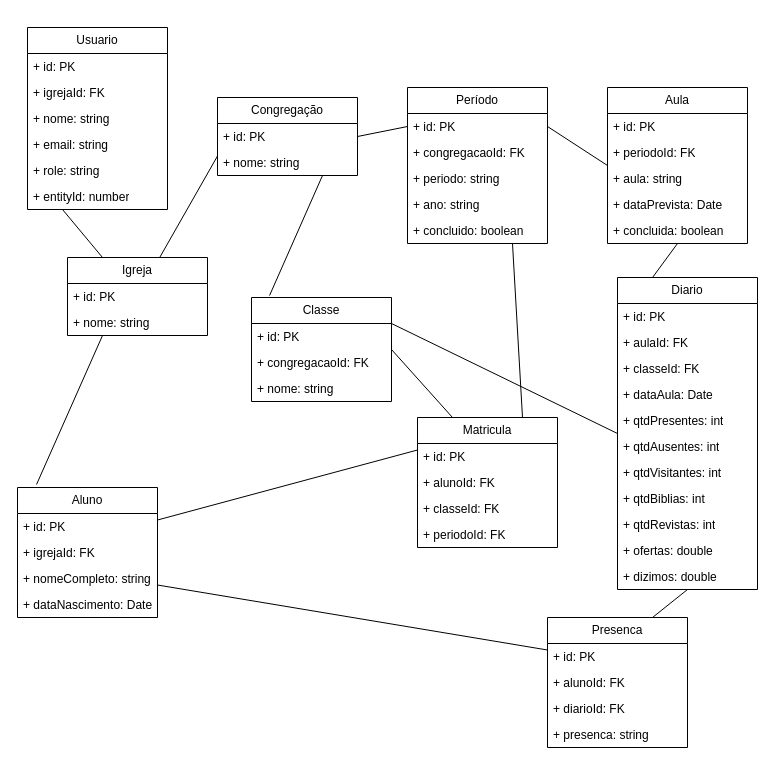
The draw.io diagram page "Modelo de dados" (3 of 3) of docs/EBD.drawio in gelira/ebd, before the edit. Source tidied: cells renumbered, new cells numbered last; positions are measured from the earlier drawing's top-left corner, leaving out a move shared by most shapes. Both pictures are drawn from the tidied source at 100%, with x=0, y=0 at pixel (17, 27).
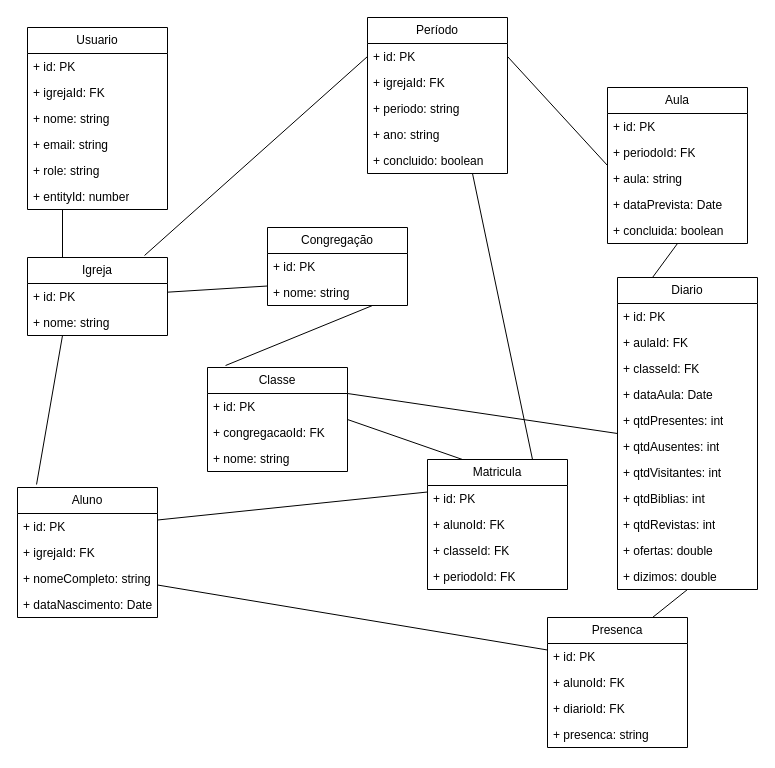
The same page after the edit.

Change to the diagram source:
```diff
@@
-    <mxCell id="7" style="rounded=0;jettySize=auto;html=1;exitX=1;exitY=0.5;exitDx=0;exitDy=0;entryX=0;entryY=0.25;entryDx=0;entryDy=0;endArrow=none;startFill=0;strokeColor=default;" parent="1" edge="1" source="8" target="16">
+    <mxCell id="7" style="rounded=0;jettySize=auto;html=1;exitX=0.836;exitY=-0.026;exitDx=0;exitDy=0;entryX=0;entryY=0.25;entryDx=0;entryDy=0;endArrow=none;startFill=0;strokeColor=default;exitPerimeter=0;" parent="1" edge="1" source="66" target="16">
       <mxGeometry relative="1" as="geometry" />
     </mxCell>
     <mxCell id="8" value="Congregação" style="swimlane;fontStyle=0;horizontal=1;startSize=26;fillColor=none;whiteSpace=wrap;html=1;" parent="1" vertex="1">
-      <mxGeometry x="200" y="70" width="140" height="78" as="geometry" />
+      <mxGeometry x="250" y="200" width="140" height="78" as="geometry" />
     </mxCell>
@@
     <mxCell id="11" value="Classe" style="swimlane;fontStyle=0;horizontal=1;startSize=26;fillColor=none;whiteSpace=wrap;html=1;" parent="1" vertex="1">
-      <mxGeometry x="234" y="270" width="140" height="104" as="geometry" />
+      <mxGeometry x="190" y="340" width="140" height="104" as="geometry" />
     </mxCell>
@@
     <mxCell id="16" value="Período" style="swimlane;fontStyle=0;horizontal=1;startSize=26;fillColor=none;whiteSpace=wrap;html=1;" parent="1" vertex="1">
-      <mxGeometry x="390" y="60" width="140" height="156" as="geometry" />
+      <mxGeometry x="350" y="-10" width="140" height="156" as="geometry" />
     </mxCell>
@@
-    <mxCell id="18" value="+ congregacaoId: FK" style="text;strokeColor=none;fillColor=none;align=left;verticalAlign=top;spacingLeft=4;spacingRight=4;overflow=hidden;whiteSpace=wrap;html=1;" parent="16" vertex="1">
+    <mxCell id="18" value="+ igrejaId: FK" style="text;strokeColor=none;fillColor=none;align=left;verticalAlign=top;spacingLeft=4;spacingRight=4;overflow=hidden;whiteSpace=wrap;html=1;" parent="16" vertex="1">
       <mxGeometry y="52" width="140" height="26" as="geometry" />
     </mxCell>
@@
-    <mxCell id="22" style="rounded=0;jettySize=auto;html=1;exitX=0.75;exitY=1;exitDx=0;exitDy=0;entryX=0.129;entryY=-0.019;entryDx=0;entryDy=0;entryPerimeter=0;endArrow=none;startFill=0;" parent="1" edge="1" source="8" target="11">
+    <mxCell id="22" style="rounded=0;jettySize=auto;html=1;entryX=0.129;entryY=-0.019;entryDx=0;entryDy=0;entryPerimeter=0;endArrow=none;startFill=0;exitX=0.75;exitY=1;exitDx=0;exitDy=0;" parent="1" edge="1" source="8" target="11">
       <mxGeometry relative="1" as="geometry" />
     </mxCell>
@@
     <mxCell id="26" value="Matricula" style="swimlane;fontStyle=0;horizontal=1;startSize=26;fillColor=none;whiteSpace=wrap;html=1;" parent="1" vertex="1">
-      <mxGeometry x="400" y="390" width="140" height="130" as="geometry" />
+      <mxGeometry x="410" y="432" width="140" height="130" as="geometry" />
     </mxCell>
@@
     <mxCell id="66" value="Igreja" style="swimlane;fontStyle=0;horizontal=1;startSize=26;fillColor=none;whiteSpace=wrap;html=1;" parent="1" vertex="1">
-      <mxGeometry x="50" y="230" width="140" height="78" as="geometry" />
+      <mxGeometry x="10" y="230" width="140" height="78" as="geometry" />
     </mxCell>
```
